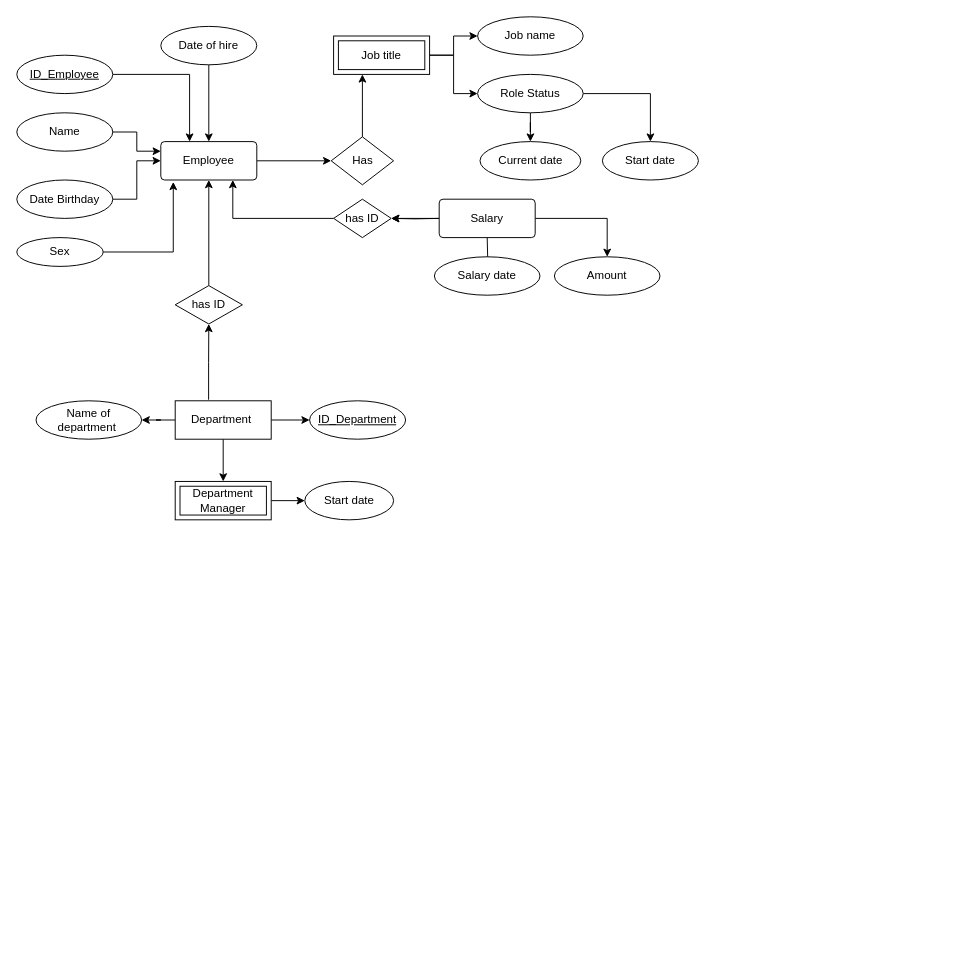
Above: Untitled Diagram.drawio in Herikadesiree/webdev_CA1 (draw.io), before the change. Source tidied: cells renumbered, new cells numbered last; positions are measured from the earlier drawing's top-left corner, leaving out a move shared by most shapes. Both pictures are drawn from the tidied source at 96%, with x=0, y=0 at pixel (16, 16).
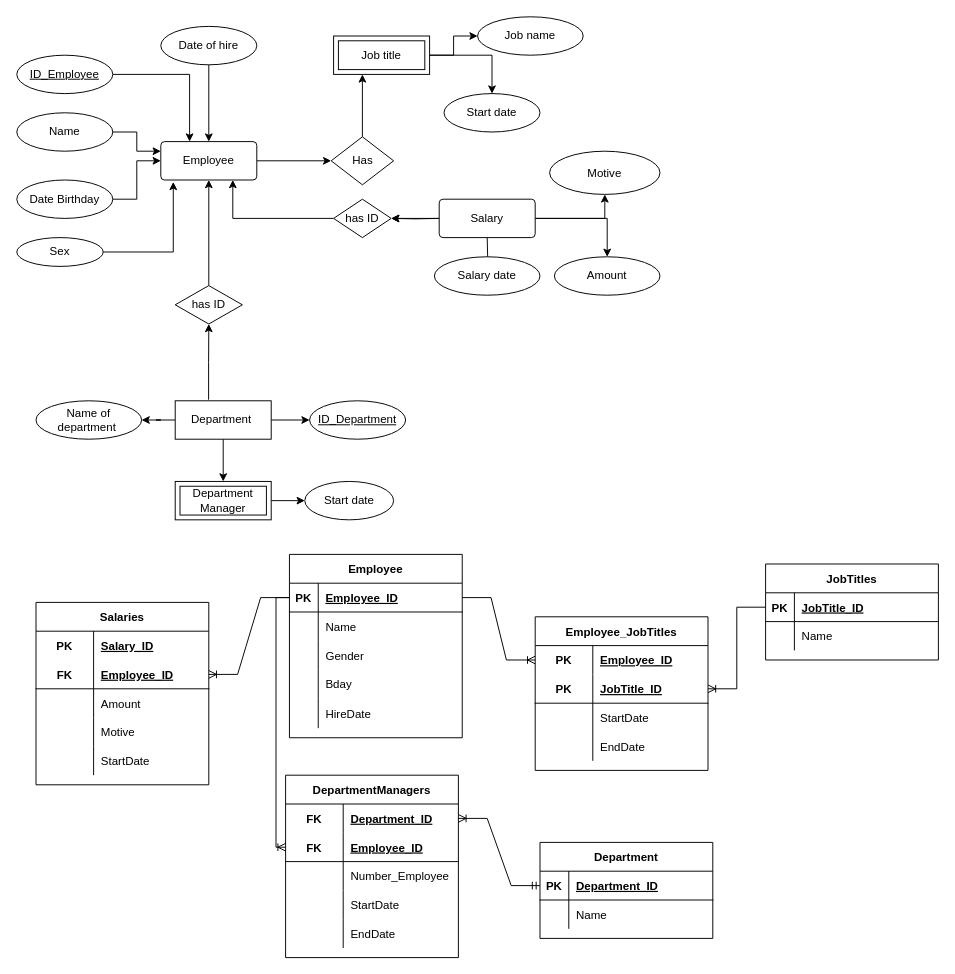
The same diagram, later.

Commit message:
Dev_Database_exercise

The change refers to these unchanged cells:
```xml
<mxCell id="16" value="Job title" style="shape=ext;margin=3;double=1;whiteSpace=wrap;html=1;align=center;" parent="1" vertex="1">
  <mxGeometry x="330" y="20" width="100" height="40" as="geometry" />
</mxCell>
<mxCell id="45" value="Salary" style="rounded=1;arcSize=10;whiteSpace=wrap;html=1;align=center;" parent="1" vertex="1">
  <mxGeometry x="440" y="190" width="100" height="40" as="geometry" />
</mxCell>
```

Diff of the diagram source:
```diff
@@
-    <mxCell id="15" style="edgeStyle=orthogonalEdgeStyle;rounded=0;jettySize=auto;html=1;" parent="1" edge="1" source="16" target="25">
+    <mxCell id="15" style="edgeStyle=orthogonalEdgeStyle;rounded=0;jettySize=auto;html=1;entryX=0.5;entryY=0;entryDx=0;entryDy=0;" parent="1" edge="1" source="16" target="42">
       <mxGeometry relative="1" as="geometry" />
     </mxCell>
@@
-    <mxCell id="23" style="edgeStyle=orthogonalEdgeStyle;rounded=0;jettySize=auto;html=1;" parent="1" edge="1" source="25" target="42">
-      <mxGeometry relative="1" as="geometry" />
-    </mxCell>
-    <mxCell id="24" style="edgeStyle=orthogonalEdgeStyle;rounded=0;jettySize=auto;html=1;" parent="1" edge="1" source="25" target="43">
-      <mxGeometry relative="1" as="geometry" />
-    </mxCell>
-    <mxCell id="25" value="Role Status" style="ellipse;whiteSpace=wrap;html=1;" parent="1" vertex="1">
-      <mxGeometry x="480" y="60" width="110" height="40" as="geometry" />
-    </mxCell>
@@
     <mxCell id="42" value="Start date" style="ellipse;whiteSpace=wrap;html=1;" parent="1" vertex="1">
-      <mxGeometry x="610" y="130" width="100" height="40" as="geometry" />
+      <mxGeometry x="445" y="80" width="100" height="40" as="geometry" />
     </mxCell>
-    <mxCell id="43" value="Current date" style="ellipse;whiteSpace=wrap;html=1;" parent="1" vertex="1">
-      <mxGeometry x="482.5" y="130" width="105" height="40" as="geometry" />
-    </mxCell>
@@
+    <mxCell id="46" style="edgeStyle=orthogonalEdgeStyle;rounded=0;jettySize=auto;html=1;" parent="1" edge="1" source="45" target="106">
+      <mxGeometry relative="1" as="geometry" />
+    </mxCell>
@@
+    <mxCell id="47" value="Employee" style="shape=table;startSize=30;childLayout=tableLayout;rowLines=0;fontStyle=1;align=center;" parent="1" vertex="1">
+      <mxGeometry x="284" y="560" width="180" height="191" as="geometry" />
+    </mxCell>
+    <mxCell id="48" style="shape=tableRow;horizontal=0;startSize=0;swimlaneHead=0;swimlaneBody=0;fillColor=none;points=[[0,0.5],[1,0.5]];portConstraint=eastwest;top=0;left=0;right=0;bottom=1;" parent="47" vertex="1">
+      <mxGeometry y="30" width="180" height="30" as="geometry" />
+    </mxCell>
+    <mxCell id="49" value="PK" style="shape=partialRectangle;fillColor=none;top=0;left=0;bottom=0;right=0;fontStyle=1;overflow=hidden;" parent="48" vertex="1">
+      <mxGeometry width="30" height="30" as="geometry" />
+    </mxCell>
+    <mxCell id="50" value="Employee_ID" style="shape=partialRectangle;fillColor=none;top=0;left=0;bottom=0;right=0;align=left;spacingLeft=6;fontStyle=5;overflow=hidden;" parent="48" vertex="1">
+      <mxGeometry x="30" width="150" height="30" as="geometry" />
+    </mxCell>
+    <mxCell id="51" style="shape=tableRow;horizontal=0;startSize=0;swimlaneHead=0;swimlaneBody=0;fillColor=none;top=0;left=0;right=0;bottom=0;" parent="47" vertex="1">
+      <mxGeometry y="60" width="180" height="30" as="geometry" />
+    </mxCell>
+    <mxCell id="52" style="shape=partialRectangle;fillColor=none;top=0;left=0;bottom=0;right=0;overflow=hidden;" parent="51" vertex="1">
+      <mxGeometry width="30" height="30" as="geometry" />
+    </mxCell>
+    <mxCell id="53" value="Name" style="shape=partialRectangle;fillColor=none;top=0;left=0;bottom=0;right=0;align=left;spacingLeft=6;overflow=hidden;" parent="51" vertex="1">
+      <mxGeometry x="30" width="150" height="30" as="geometry" />
+    </mxCell>
+    <mxCell id="54" style="shape=tableRow;horizontal=0;startSize=0;swimlaneHead=0;swimlaneBody=0;fillColor=none;top=0;left=0;right=0;bottom=0;" parent="47" vertex="1">
+      <mxGeometry y="90" width="180" height="30" as="geometry" />
+    </mxCell>
+    <mxCell id="55" style="shape=partialRectangle;fillColor=none;top=0;left=0;bottom=0;right=0;overflow=hidden;" parent="54" vertex="1">
+      <mxGeometry width="30" height="30" as="geometry" />
+    </mxCell>
+    <mxCell id="56" value="Gender" style="shape=partialRectangle;fillColor=none;top=0;left=0;bottom=0;right=0;align=left;spacingLeft=6;overflow=hidden;" parent="54" vertex="1">
+      <mxGeometry x="30" width="150" height="30" as="geometry" />
+    </mxCell>
+    <mxCell id="57" style="shape=tableRow;horizontal=0;startSize=0;swimlaneHead=0;swimlaneBody=0;fillColor=none;top=0;left=0;right=0;bottom=0;" parent="47" vertex="1">
+      <mxGeometry y="120" width="180" height="30" as="geometry" />
+    </mxCell>
+    <mxCell id="58" style="shape=partialRectangle;fillColor=none;top=0;left=0;bottom=0;right=0;overflow=hidden;" parent="57" vertex="1">
+      <mxGeometry width="30" height="30" as="geometry" />
+    </mxCell>
+    <mxCell id="59" value="Bday" style="shape=partialRectangle;fillColor=none;top=0;left=0;bottom=0;right=0;align=left;spacingLeft=6;overflow=hidden;" parent="57" vertex="1">
+      <mxGeometry x="30" width="150" height="30" as="geometry" />
+    </mxCell>
+    <mxCell id="60" style="shape=tableRow;horizontal=0;startSize=0;swimlaneHead=0;swimlaneBody=0;fillColor=none;top=0;left=0;right=0;bottom=0;" parent="47" vertex="1">
+      <mxGeometry y="150" width="180" height="31" as="geometry" />
+    </mxCell>
+    <mxCell id="61" style="shape=partialRectangle;fillColor=none;top=0;left=0;bottom=0;right=0;overflow=hidden;" parent="60" vertex="1">
+      <mxGeometry width="30" height="31" as="geometry" />
+    </mxCell>
+    <mxCell id="62" value="HireDate" style="shape=partialRectangle;fillColor=none;top=0;left=0;bottom=0;right=0;align=left;spacingLeft=6;overflow=hidden;" parent="60" vertex="1">
+      <mxGeometry x="30" width="150" height="31" as="geometry" />
+    </mxCell>
+    <mxCell id="63" value="JobTitles" style="shape=table;startSize=30;childLayout=tableLayout;rowLines=0;fontStyle=1;align=center;" parent="1" vertex="1">
+      <mxGeometry x="780" y="570" width="180" height="100" as="geometry" />
+    </mxCell>
+    <mxCell id="64" style="shape=tableRow;horizontal=0;startSize=0;swimlaneHead=0;swimlaneBody=0;fillColor=none;points=[[0,0.5],[1,0.5]];portConstraint=eastwest;top=0;left=0;right=0;bottom=1;" parent="63" vertex="1">
+      <mxGeometry y="30" width="180" height="30" as="geometry" />
+    </mxCell>
+    <mxCell id="65" value="PK" style="shape=partialRectangle;fillColor=none;top=0;left=0;bottom=0;right=0;fontStyle=1;overflow=hidden;" parent="64" vertex="1">
+      <mxGeometry width="30" height="30" as="geometry" />
+    </mxCell>
+    <mxCell id="66" value="JobTitle_ID" style="shape=partialRectangle;fillColor=none;top=0;left=0;bottom=0;right=0;align=left;spacingLeft=6;fontStyle=5;overflow=hidden;" parent="64" vertex="1">
+      <mxGeometry x="30" width="150" height="30" as="geometry" />
+    </mxCell>
+    <mxCell id="67" style="shape=tableRow;horizontal=0;startSize=0;swimlaneHead=0;swimlaneBody=0;fillColor=none;top=0;left=0;right=0;bottom=0;" parent="63" vertex="1">
+      <mxGeometry y="60" width="180" height="30" as="geometry" />
+    </mxCell>
+    <mxCell id="68" style="shape=partialRectangle;fillColor=none;top=0;left=0;bottom=0;right=0;overflow=hidden;" parent="67" vertex="1">
+      <mxGeometry width="30" height="30" as="geometry" />
+    </mxCell>
+    <mxCell id="69" value="Name" style="shape=partialRectangle;fillColor=none;top=0;left=0;bottom=0;right=0;align=left;spacingLeft=6;overflow=hidden;" parent="67" vertex="1">
+      <mxGeometry x="30" width="150" height="30" as="geometry" />
+    </mxCell>
+    <mxCell id="70" value="Employee_JobTitles" style="shape=table;startSize=30;childLayout=tableLayout;rowLines=0;fontStyle=1;align=center;" parent="1" vertex="1">
+      <mxGeometry x="540" y="625" width="180" height="160" as="geometry" />
+    </mxCell>
+    <mxCell id="71" style="shape=tableRow;horizontal=0;startSize=0;swimlaneHead=0;swimlaneBody=0;fillColor=none;points=[[0,0.5],[1,0.5]];portConstraint=eastwest;top=0;left=0;right=0;bottom=0;" parent="70" vertex="1">
+      <mxGeometry y="30" width="180" height="30" as="geometry" />
+    </mxCell>
+    <mxCell id="72" value="PK" style="shape=partialRectangle;fillColor=none;top=0;left=0;bottom=0;right=0;fontStyle=1;overflow=hidden;" parent="71" vertex="1">
+      <mxGeometry width="60" height="30" as="geometry" />
+    </mxCell>
+    <mxCell id="73" value="Employee_ID" style="shape=partialRectangle;fillColor=none;top=0;left=0;bottom=0;right=0;align=left;spacingLeft=6;fontStyle=5;overflow=hidden;" parent="71" vertex="1">
+      <mxGeometry x="60" width="120" height="30" as="geometry" />
+    </mxCell>
+    <mxCell id="74" style="shape=tableRow;horizontal=0;startSize=0;swimlaneHead=0;swimlaneBody=0;fillColor=none;points=[[0,0.5],[1,0.5]];portConstraint=eastwest;top=0;left=0;right=0;bottom=1;" parent="70" vertex="1">
+      <mxGeometry y="60" width="180" height="30" as="geometry" />
+    </mxCell>
+    <mxCell id="75" value="PK" style="shape=partialRectangle;fillColor=none;top=0;left=0;bottom=0;right=0;fontStyle=1;overflow=hidden;" parent="74" vertex="1">
+      <mxGeometry width="60" height="30" as="geometry" />
+    </mxCell>
+    <mxCell id="76" value="JobTitle_ID" style="shape=partialRectangle;fillColor=none;top=0;left=0;bottom=0;right=0;align=left;spacingLeft=6;fontStyle=5;overflow=hidden;" parent="74" vertex="1">
+      <mxGeometry x="60" width="120" height="30" as="geometry" />
+    </mxCell>
+    <mxCell id="77" style="shape=tableRow;horizontal=0;startSize=0;swimlaneHead=0;swimlaneBody=0;fillColor=none;top=0;left=0;right=0;bottom=0;" parent="70" vertex="1">
+      <mxGeometry y="90" width="180" height="30" as="geometry" />
+    </mxCell>
+    <mxCell id="78" style="shape=partialRectangle;fillColor=none;top=0;left=0;bottom=0;right=0;overflow=hidden;" parent="77" vertex="1">
+      <mxGeometry width="60" height="30" as="geometry" />
+    </mxCell>
+    <mxCell id="79" value="StartDate" style="shape=partialRectangle;fillColor=none;top=0;left=0;bottom=0;right=0;align=left;spacingLeft=6;overflow=hidden;" parent="77" vertex="1">
+      <mxGeometry x="60" width="120" height="30" as="geometry" />
+    </mxCell>
+    <mxCell id="80" style="shape=tableRow;horizontal=0;startSize=0;swimlaneHead=0;swimlaneBody=0;fillColor=none;top=0;left=0;right=0;bottom=0;" parent="70" vertex="1">
+      <mxGeometry y="120" width="180" height="30" as="geometry" />
+    </mxCell>
+    <mxCell id="81" style="shape=partialRectangle;fillColor=none;top=0;left=0;bottom=0;right=0;overflow=hidden;" parent="80" vertex="1">
+      <mxGeometry width="60" height="30" as="geometry" />
+    </mxCell>
+    <mxCell id="82" value="EndDate" style="shape=partialRectangle;fillColor=none;top=0;left=0;bottom=0;right=0;align=left;spacingLeft=6;overflow=hidden;" parent="80" vertex="1">
+      <mxGeometry x="60" width="120" height="30" as="geometry" />
+    </mxCell>
+    <mxCell id="83" value="Department" style="shape=table;startSize=30;childLayout=tableLayout;rowLines=0;fontStyle=1;align=center;" parent="1" vertex="1">
+      <mxGeometry x="545" y="860" width="180" height="100" as="geometry" />
+    </mxCell>
+    <mxCell id="84" style="shape=tableRow;horizontal=0;startSize=0;swimlaneHead=0;swimlaneBody=0;fillColor=none;points=[[0,0.5],[1,0.5]];portConstraint=eastwest;top=0;left=0;right=0;bottom=1;" parent="83" vertex="1">
+      <mxGeometry y="30" width="180" height="30" as="geometry" />
+    </mxCell>
+    <mxCell id="85" value="PK" style="shape=partialRectangle;fillColor=none;top=0;left=0;bottom=0;right=0;fontStyle=1;overflow=hidden;" parent="84" vertex="1">
+      <mxGeometry width="30" height="30" as="geometry" />
+    </mxCell>
+    <mxCell id="86" value="Department_ID" style="shape=partialRectangle;fillColor=none;top=0;left=0;bottom=0;right=0;align=left;spacingLeft=6;fontStyle=5;overflow=hidden;" parent="84" vertex="1">
+      <mxGeometry x="30" width="150" height="30" as="geometry" />
+    </mxCell>
+    <mxCell id="87" style="shape=tableRow;horizontal=0;startSize=0;swimlaneHead=0;swimlaneBody=0;fillColor=none;top=0;left=0;right=0;bottom=0;" parent="83" vertex="1">
+      <mxGeometry y="60" width="180" height="30" as="geometry" />
+    </mxCell>
+    <mxCell id="88" style="shape=partialRectangle;fillColor=none;top=0;left=0;bottom=0;right=0;overflow=hidden;" parent="87" vertex="1">
+      <mxGeometry width="30" height="30" as="geometry" />
+    </mxCell>
+    <mxCell id="89" value="Name" style="shape=partialRectangle;fillColor=none;top=0;left=0;bottom=0;right=0;align=left;spacingLeft=6;overflow=hidden;" parent="87" vertex="1">
+      <mxGeometry x="30" width="150" height="30" as="geometry" />
+    </mxCell>
+    <mxCell id="90" value="DepartmentManagers" style="shape=table;startSize=30;childLayout=tableLayout;rowLines=0;fontStyle=1;align=center;" parent="1" vertex="1">
+      <mxGeometry x="280" y="790" width="180" height="190" as="geometry" />
+    </mxCell>
+    <mxCell id="91" style="shape=tableRow;horizontal=0;startSize=0;swimlaneHead=0;swimlaneBody=0;fillColor=none;points=[[0,0.5],[1,0.5]];portConstraint=eastwest;top=0;left=0;right=0;bottom=0;" parent="90" vertex="1">
+      <mxGeometry y="30" width="180" height="30" as="geometry" />
+    </mxCell>
+    <mxCell id="92" value="FK" style="shape=partialRectangle;fillColor=none;top=0;left=0;bottom=0;right=0;fontStyle=1;overflow=hidden;" parent="91" vertex="1">
+      <mxGeometry width="60" height="30" as="geometry" />
+    </mxCell>
+    <mxCell id="93" value="Department_ID" style="shape=partialRectangle;fillColor=none;top=0;left=0;bottom=0;right=0;align=left;spacingLeft=6;fontStyle=5;overflow=hidden;" parent="91" vertex="1">
+      <mxGeometry x="60" width="120" height="30" as="geometry" />
+    </mxCell>
+    <mxCell id="94" style="shape=tableRow;horizontal=0;startSize=0;swimlaneHead=0;swimlaneBody=0;fillColor=none;points=[[0,0.5],[1,0.5]];portConstraint=eastwest;top=0;left=0;right=0;bottom=1;" parent="90" vertex="1">
+      <mxGeometry y="60" width="180" height="30" as="geometry" />
+    </mxCell>
+    <mxCell id="95" value="FK" style="shape=partialRectangle;fillColor=none;top=0;left=0;bottom=0;right=0;fontStyle=1;overflow=hidden;" parent="94" vertex="1">
+      <mxGeometry width="60" height="30" as="geometry" />
+    </mxCell>
+    <mxCell id="96" value="Employee_ID" style="shape=partialRectangle;fillColor=none;top=0;left=0;bottom=0;right=0;align=left;spacingLeft=6;fontStyle=5;overflow=hidden;" parent="94" vertex="1">
+      <mxGeometry x="60" width="120" height="30" as="geometry" />
+    </mxCell>
+    <mxCell id="97" style="shape=tableRow;horizontal=0;startSize=0;swimlaneHead=0;swimlaneBody=0;fillColor=none;top=0;left=0;right=0;bottom=0;" parent="90" vertex="1">
+      <mxGeometry y="90" width="180" height="30" as="geometry" />
+    </mxCell>
+    <mxCell id="98" style="shape=partialRectangle;fillColor=none;top=0;left=0;bottom=0;right=0;overflow=hidden;" parent="97" vertex="1">
+      <mxGeometry width="60" height="30" as="geometry" />
+    </mxCell>
+    <mxCell id="99" value="Number_Employee" style="shape=partialRectangle;fillColor=none;top=0;left=0;bottom=0;right=0;align=left;spacingLeft=6;overflow=hidden;" parent="97" vertex="1">
+      <mxGeometry x="60" width="120" height="30" as="geometry" />
+    </mxCell>
+    <mxCell id="100" style="shape=tableRow;horizontal=0;startSize=0;swimlaneHead=0;swimlaneBody=0;fillColor=none;top=0;left=0;right=0;bottom=0;" parent="90" vertex="1">
+      <mxGeometry y="120" width="180" height="30" as="geometry" />
+    </mxCell>
+    <mxCell id="101" style="shape=partialRectangle;fillColor=none;top=0;left=0;bottom=0;right=0;overflow=hidden;" parent="100" vertex="1">
+      <mxGeometry width="60" height="30" as="geometry" />
+    </mxCell>
+    <mxCell id="102" value="StartDate" style="shape=partialRectangle;fillColor=none;top=0;left=0;bottom=0;right=0;align=left;spacingLeft=6;overflow=hidden;" parent="100" vertex="1">
+      <mxGeometry x="60" width="120" height="30" as="geometry" />
+    </mxCell>
+    <mxCell id="103" style="shape=tableRow;horizontal=0;startSize=0;swimlaneHead=0;swimlaneBody=0;fillColor=none;top=0;left=0;right=0;bottom=0;" parent="90" vertex="1">
+      <mxGeometry y="150" width="180" height="30" as="geometry" />
+    </mxCell>
+    <mxCell id="104" style="shape=partialRectangle;fillColor=none;top=0;left=0;bottom=0;right=0;overflow=hidden;" parent="103" vertex="1">
+      <mxGeometry width="60" height="30" as="geometry" />
+    </mxCell>
+    <mxCell id="105" value="EndDate" style="shape=partialRectangle;fillColor=none;top=0;left=0;bottom=0;right=0;align=left;spacingLeft=6;overflow=hidden;" parent="103" vertex="1">
+      <mxGeometry x="60" width="120" height="30" as="geometry" />
+    </mxCell>
+    <mxCell id="106" value="Motive" style="ellipse;whiteSpace=wrap;html=1;rounded=1;arcSize=10;" parent="1" vertex="1">
+      <mxGeometry x="555" y="140" width="115" height="45" as="geometry" />
+    </mxCell>
+    <mxCell id="107" value="Salaries" style="shape=table;startSize=30;childLayout=tableLayout;rowLines=0;fontStyle=1;align=center;" parent="1" vertex="1">
+      <mxGeometry x="20" y="610" width="180" height="190" as="geometry" />
+    </mxCell>
+    <mxCell id="108" style="shape=tableRow;horizontal=0;startSize=0;swimlaneHead=0;swimlaneBody=0;fillColor=none;top=0;left=0;right=0;bottom=0;" parent="107" vertex="1">
+      <mxGeometry y="30" width="180" height="30" as="geometry" />
+    </mxCell>
+    <mxCell id="109" value="PK" style="shape=partialRectangle;fillColor=none;top=0;left=0;bottom=0;right=0;fontStyle=1;overflow=hidden;" parent="108" vertex="1">
+      <mxGeometry width="60" height="30" as="geometry" />
+    </mxCell>
+    <mxCell id="110" value="Salary_ID" style="shape=partialRectangle;fillColor=none;top=0;left=0;bottom=0;right=0;align=left;spacingLeft=6;fontStyle=5;overflow=hidden;" parent="108" vertex="1">
+      <mxGeometry x="60" width="120" height="30" as="geometry" />
+    </mxCell>
+    <mxCell id="111" style="shape=tableRow;horizontal=0;startSize=0;swimlaneHead=0;swimlaneBody=0;fillColor=none;points=[[0,0.5],[1,0.5]];portConstraint=eastwest;top=0;left=0;right=0;bottom=1;" parent="107" vertex="1">
+      <mxGeometry y="60" width="180" height="30" as="geometry" />
+    </mxCell>
+    <mxCell id="112" value="FK" style="shape=partialRectangle;fillColor=none;top=0;left=0;bottom=0;right=0;fontStyle=1;overflow=hidden;" parent="111" vertex="1">
+      <mxGeometry width="60" height="30" as="geometry" />
+    </mxCell>
+    <mxCell id="113" value="Employee_ID" style="shape=partialRectangle;fillColor=none;top=0;left=0;bottom=0;right=0;align=left;spacingLeft=6;fontStyle=5;overflow=hidden;" parent="111" vertex="1">
+      <mxGeometry x="60" width="120" height="30" as="geometry" />
+    </mxCell>
+    <mxCell id="114" style="shape=tableRow;horizontal=0;startSize=0;swimlaneHead=0;swimlaneBody=0;fillColor=none;top=0;left=0;right=0;bottom=0;" parent="107" vertex="1">
+      <mxGeometry y="90" width="180" height="30" as="geometry" />
+    </mxCell>
+    <mxCell id="115" style="shape=partialRectangle;fillColor=none;top=0;left=0;bottom=0;right=0;overflow=hidden;" parent="114" vertex="1">
+      <mxGeometry width="60" height="30" as="geometry" />
+    </mxCell>
+    <mxCell id="116" value="Amount" style="shape=partialRectangle;fillColor=none;top=0;left=0;bottom=0;right=0;align=left;spacingLeft=6;overflow=hidden;" parent="114" vertex="1">
+      <mxGeometry x="60" width="120" height="30" as="geometry" />
+    </mxCell>
+    <mxCell id="117" style="shape=tableRow;horizontal=0;startSize=0;swimlaneHead=0;swimlaneBody=0;fillColor=none;top=0;left=0;right=0;bottom=0;" parent="107" vertex="1">
+      <mxGeometry y="120" width="180" height="30" as="geometry" />
+    </mxCell>
+    <mxCell id="118" style="shape=partialRectangle;fillColor=none;top=0;left=0;bottom=0;right=0;overflow=hidden;" parent="117" vertex="1">
+      <mxGeometry width="60" height="30" as="geometry" />
+    </mxCell>
+    <mxCell id="119" value="Motive" style="shape=partialRectangle;fillColor=none;top=0;left=0;bottom=0;right=0;align=left;spacingLeft=6;overflow=hidden;" parent="117" vertex="1">
+      <mxGeometry x="60" width="120" height="30" as="geometry" />
+    </mxCell>
+    <mxCell id="120" style="shape=tableRow;horizontal=0;startSize=0;swimlaneHead=0;swimlaneBody=0;fillColor=none;top=0;left=0;right=0;bottom=0;" parent="107" vertex="1">
+      <mxGeometry y="150" width="180" height="30" as="geometry" />
+    </mxCell>
+    <mxCell id="121" style="shape=partialRectangle;fillColor=none;top=0;left=0;bottom=0;right=0;overflow=hidden;" parent="120" vertex="1">
+      <mxGeometry width="60" height="30" as="geometry" />
+    </mxCell>
+    <mxCell id="122" value="StartDate" style="shape=partialRectangle;fillColor=none;top=0;left=0;bottom=0;right=0;align=left;spacingLeft=6;overflow=hidden;" parent="120" vertex="1">
+      <mxGeometry x="60" width="120" height="30" as="geometry" />
+    </mxCell>
+    <mxCell id="123" style="fontSize=12;html=1;endArrow=ERoneToMany;rounded=0;exitX=0;exitY=0.5;exitDx=0;exitDy=0;edgeStyle=orthogonalEdgeStyle;entryX=1;entryY=0.5;entryDx=0;entryDy=0;" parent="1" edge="1" source="64" target="74">
+      <mxGeometry relative="1" as="geometry" />
+    </mxCell>
+    <mxCell id="124" style="edgeStyle=entityRelationEdgeStyle;fontSize=12;html=1;endArrow=ERoneToMany;rounded=0;exitX=1;exitY=0.5;exitDx=0;exitDy=0;entryX=0;entryY=0.5;entryDx=0;entryDy=0;" parent="1" edge="1" source="48" target="71">
+      <mxGeometry relative="1" as="geometry" />
+    </mxCell>
+    <mxCell id="125" style="edgeStyle=entityRelationEdgeStyle;fontSize=12;html=1;endArrow=ERoneToMany;rounded=0;exitX=0;exitY=0.5;exitDx=0;exitDy=0;entryX=1;entryY=0.5;entryDx=0;entryDy=0;" parent="1" edge="1" source="48" target="111">
+      <mxGeometry relative="1" as="geometry" />
+    </mxCell>
+    <mxCell id="126" style="edgeStyle=orthogonalEdgeStyle;fontSize=12;html=1;endArrow=ERoneToMany;rounded=0;entryX=0;entryY=0.5;entryDx=0;entryDy=0;exitX=0;exitY=0.5;exitDx=0;exitDy=0;" parent="1" edge="1" source="48" target="94">
+      <mxGeometry relative="1" as="geometry" />
+    </mxCell>
+    <mxCell id="127" style="edgeStyle=entityRelationEdgeStyle;fontSize=12;html=1;endArrow=ERoneToMany;startArrow=ERmandOne;rounded=0;entryX=1;entryY=0.5;entryDx=0;entryDy=0;exitX=0;exitY=0.5;exitDx=0;exitDy=0;" parent="1" edge="1" source="84" target="91">
+      <mxGeometry relative="1" as="geometry" />
+    </mxCell>
```
